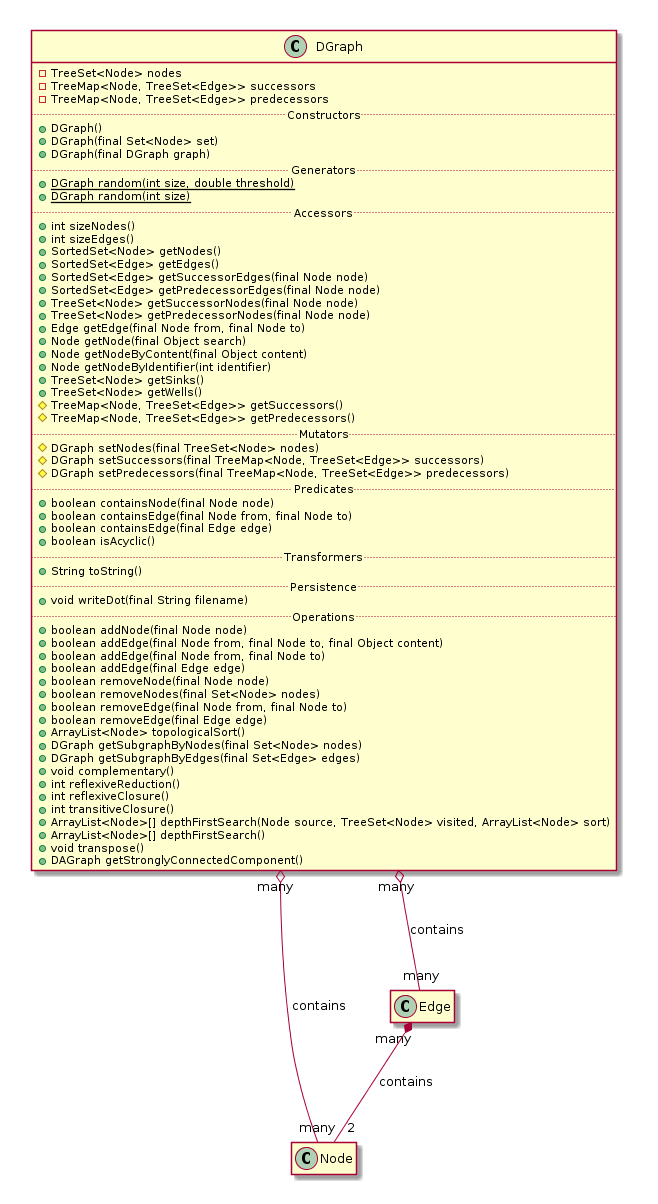
Above: api/dgraph/DGraph.png in EstrellaRL/java-lattices (PlantUML), before the change.
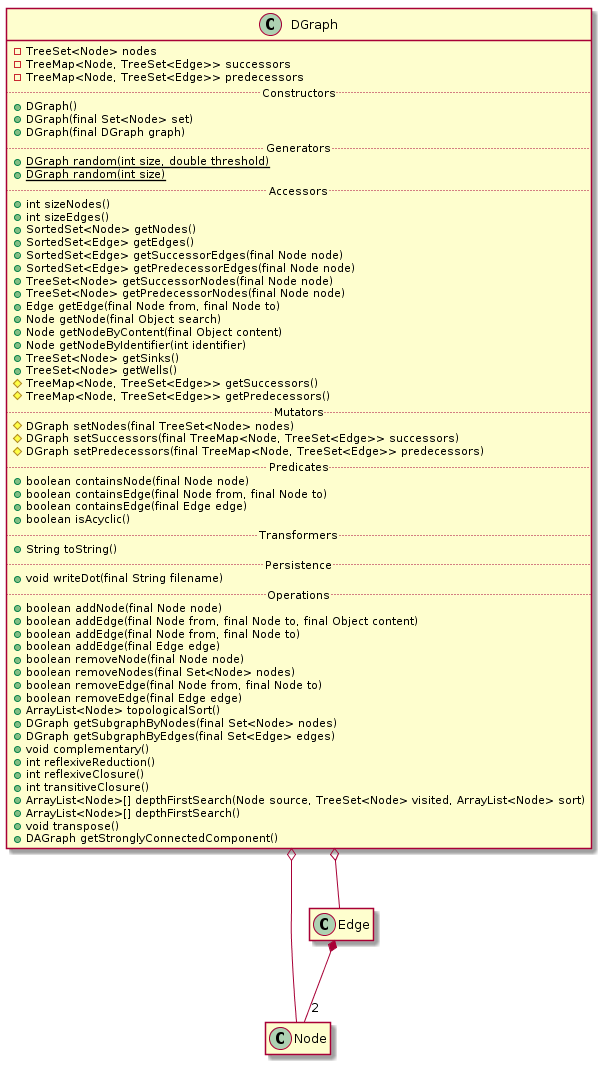
The same diagram one commit later.

The edit, as a diff of the source:
```diff
@@ -63,10 +63,80 @@
 }
 
 
- DGraph "many" o-- "many" Node : contains
- DGraph "many" o-- "many" Edge : contains
+DGraph o-- Node
+DGraph o-- Edge
 
- Edge "many" *-- "2" Node : contains
+class Node {
+	-int identifier
+    -Object content
+    -{static} int count = 0
+	.. Constructors ..
+    +Node(final Object content)
+    +Node()
+    +Node(final Node node)
+	.. Creators ..
+    +Node copy()
+	.. Accessors ..
+    +int getIdentifier()
+    +Object getContent()
+	.. Transformers ..
+    +String toString()
+    +String toDot()
+	.. Comparators ..
+    +boolean equals(final Object object)
+    +int hashCode()
+    +int compareTo(final Object object)
+}
 
- hide empty members
+class Edge {
+    -Node from
+    -Node to
+    -Object content
+	.. Constructors ..
+    +Edge(final Node from, final Node to, final Object content)
+    +Edge(final Node from, final Node to)
+	.. Accessors ..
+    +Node getFrom()
+    +Node getTo()
+    +Object getContent()
+	.. Mutators ..
+    +Edge setContent(final Object content)
+    .. Predicates ..
+    +boolean hasContent()
+	.. Transformers ..
+    +String toString()
+    +String toDot()
+	.. Comparators ..
+    +int compareTo(final Object object)
+}
+
+Edge *-- "2" Node
+
+class Node {
+	-int identifier
+    -Object content
+    -{static} int count = 0
+	.. Constructors ..
+    +Node(final Object content)
+    +Node()
+    +Node(final Node node)
+	.. Creators ..
+    +Node copy()
+	.. Accessors ..
+    +int getIdentifier()
+    +Object getContent()
+	.. Transformers ..
+    +String toString()
+    +String toDot()
+	.. Comparators ..
+    +boolean equals(final Object object)
+    +int hashCode()
+    +int compareTo(final Object object)
+}
+
+
+
+
+ hide members
+ show DGraph members
 @enduml
```
